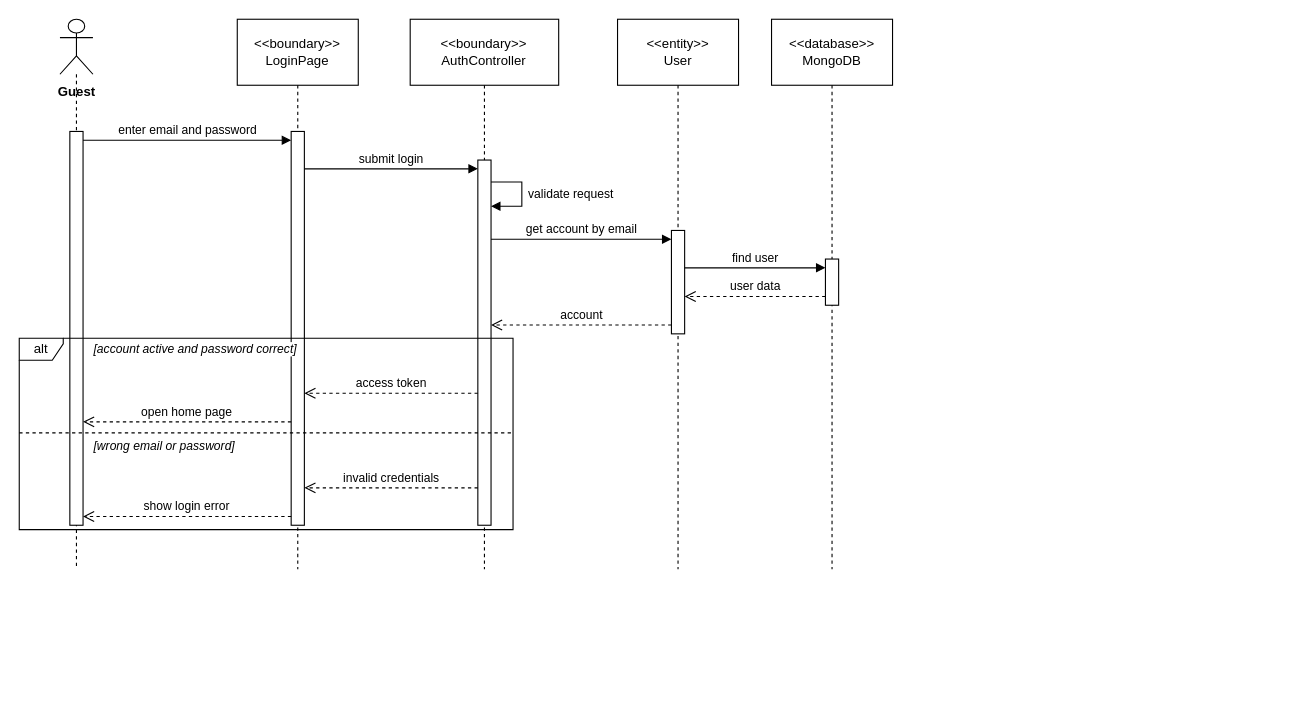
This is final/diagrams/M2_Auth-And-Administration_Diagrams/sequence_diagrams/SD-05_UC-G17_Login.drawio from toikobi401/SWD392, a draw.io file, before an edit. Source tidied: cells renumbered, new cells numbered last; positions are measured from the earlier drawing's top-left corner, leaving out a move shared by most shapes. Both pictures are drawn from the tidied source at 110%, with x=0, y=0 at pixel (19, 19).
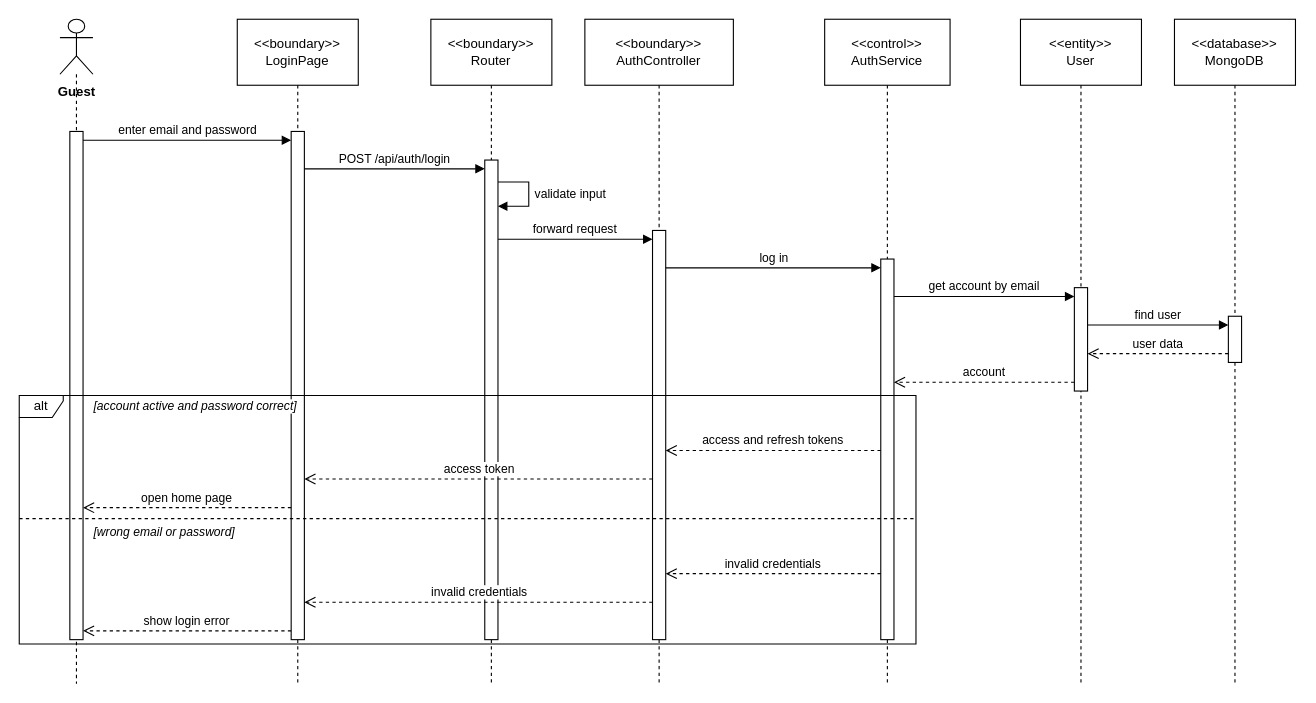
After the change.

Change to the diagram source:
```diff
@@
     <mxCell id="2" value="Guest" style="shape=umlLifeline;participant=umlActor;perimeter=lifelinePerimeter;whiteSpace=nowrap;html=1;verticalAlign=top;spacingTop=52;size=50;fontStyle=1;" parent="1" vertex="1">
-      <mxGeometry x="37" width="30" height="500" as="geometry" />
+      <mxGeometry x="37" width="30" height="604" as="geometry" />
     </mxCell>
     <mxCell id="3" value="&amp;lt;&amp;lt;boundary&amp;gt;&amp;gt;&lt;br&gt;LoginPage" style="shape=umlLifeline;perimeter=lifelinePerimeter;whiteSpace=wrap;html=1;size=60;" parent="1" vertex="1">
-      <mxGeometry x="198.2" width="110" height="500" as="geometry" />
+      <mxGeometry x="198.2" width="110" height="604" as="geometry" />
     </mxCell>
+    <mxCell id="27" value="&amp;lt;&amp;lt;boundary&amp;gt;&amp;gt;&lt;br&gt;Router" style="shape=umlLifeline;perimeter=lifelinePerimeter;whiteSpace=wrap;html=1;size=60;" parent="1" vertex="1">
+      <mxGeometry x="374.2" width="110" height="604" as="geometry" />
+    </mxCell>
     <mxCell id="4" value="&amp;lt;&amp;lt;boundary&amp;gt;&amp;gt;&lt;br&gt;AuthController" style="shape=umlLifeline;perimeter=lifelinePerimeter;whiteSpace=wrap;html=1;size=60;" parent="1" vertex="1">
-      <mxGeometry x="355.4" width="135" height="500" as="geometry" />
+      <mxGeometry x="514.2" width="135" height="604" as="geometry" />
     </mxCell>
+    <mxCell id="28" value="&amp;lt;&amp;lt;control&amp;gt;&amp;gt;&lt;br&gt;AuthService" style="shape=umlLifeline;perimeter=lifelinePerimeter;whiteSpace=wrap;html=1;size=60;" parent="1" vertex="1">
+      <mxGeometry x="732.2" width="114" height="604" as="geometry" />
+    </mxCell>
     <mxCell id="5" value="&amp;lt;&amp;lt;entity&amp;gt;&amp;gt;&lt;br&gt;User" style="shape=umlLifeline;perimeter=lifelinePerimeter;whiteSpace=wrap;html=1;size=60;" parent="1" vertex="1">
-      <mxGeometry x="543.9" width="110" height="500" as="geometry" />
+      <mxGeometry x="910.2" width="110" height="604" as="geometry" />
     </mxCell>
     <mxCell id="6" value="&amp;lt;&amp;lt;database&amp;gt;&amp;gt;&lt;br&gt;MongoDB" style="shape=umlLifeline;perimeter=lifelinePerimeter;whiteSpace=wrap;html=1;size=60;" parent="1" vertex="1">
-      <mxGeometry x="683.9" width="110" height="500" as="geometry" />
+      <mxGeometry x="1050.2" width="110" height="604" as="geometry" />
     </mxCell>
     <mxCell id="7" style="html=1;points=[];perimeter=orthogonalPerimeter;outlineConnect=0;targetShapes=umlLifeline;portConstraint=eastwest;" parent="6" vertex="1">
-      <mxGeometry x="49" y="218" width="12" height="42" as="geometry" />
+      <mxGeometry x="49" y="270" width="12" height="42" as="geometry" />
     </mxCell>
     <mxCell id="8" style="html=1;points=[];perimeter=orthogonalPerimeter;outlineConnect=0;targetShapes=umlLifeline;portConstraint=eastwest;" parent="5" vertex="1">
-      <mxGeometry x="49" y="192" width="12" height="94" as="geometry" />
+      <mxGeometry x="49" y="244" width="12" height="94" as="geometry" />
     </mxCell>
-    <mxCell id="9" style="html=1;points=[];perimeter=orthogonalPerimeter;outlineConnect=0;targetShapes=umlLifeline;portConstraint=eastwest;" parent="4" vertex="1">
-      <mxGeometry x="61.5" y="128" width="12" height="332" as="geometry" />
-    </mxCell>
-    <mxCell id="10" style="html=1;points=[];perimeter=orthogonalPerimeter;outlineConnect=0;targetShapes=umlLifeline;portConstraint=eastwest;" parent="3" vertex="1">
-      <mxGeometry x="49" y="102" width="12" height="358" as="geometry" />
-    </mxCell>
-    <mxCell id="11" style="html=1;points=[];perimeter=orthogonalPerimeter;outlineConnect=0;targetShapes=umlLifeline;portConstraint=eastwest;" parent="2" vertex="1">
-      <mxGeometry x="9" y="102" width="12" height="358" as="geometry" />
-    </mxCell>
+    <mxCell id="29" style="html=1;points=[];perimeter=orthogonalPerimeter;outlineConnect=0;targetShapes=umlLifeline;portConstraint=eastwest;" parent="28" vertex="1">
+      <mxGeometry x="51" y="218" width="12" height="346" as="geometry" />
+    </mxCell>
+    <mxCell id="30" style="html=1;points=[];perimeter=orthogonalPerimeter;outlineConnect=0;targetShapes=umlLifeline;portConstraint=eastwest;" parent="4" vertex="1">
+      <mxGeometry x="61.5" y="192" width="12" height="372" as="geometry" />
+    </mxCell>
+    <mxCell id="31" style="html=1;points=[];perimeter=orthogonalPerimeter;outlineConnect=0;targetShapes=umlLifeline;portConstraint=eastwest;" parent="27" vertex="1">
+      <mxGeometry x="49" y="128" width="12" height="436" as="geometry" />
+    </mxCell>
+    <mxCell id="32" style="html=1;points=[];perimeter=orthogonalPerimeter;outlineConnect=0;targetShapes=umlLifeline;portConstraint=eastwest;" parent="3" vertex="1">
+      <mxGeometry x="49" y="102" width="12" height="462" as="geometry" />
+    </mxCell>
+    <mxCell id="33" style="html=1;points=[];perimeter=orthogonalPerimeter;outlineConnect=0;targetShapes=umlLifeline;portConstraint=eastwest;" parent="2" vertex="1">
+      <mxGeometry x="9" y="102" width="12" height="462" as="geometry" />
+    </mxCell>
     <mxCell id="12" value="alt" style="shape=umlFrame;whiteSpace=wrap;html=1;width=40;height=20;" parent="1" vertex="1">
-      <mxGeometry y="290" width="448.9" height="174" as="geometry" />
+      <mxGeometry y="342" width="815.2" height="226" as="geometry" />
     </mxCell>
     <mxCell id="13" style="endArrow=none;dashed=1;html=1;rounded=0;" parent="1" edge="1">
       <mxGeometry relative="1" as="geometry">
-        <mxPoint y="376" as="sourcePoint" />
-        <mxPoint x="448.9" y="376" as="targetPoint" />
+        <mxPoint y="454" as="sourcePoint" />
+        <mxPoint x="815.2" y="454" as="targetPoint" />
       </mxGeometry>
     </mxCell>
     <mxCell id="14" value="[account active and password correct]" style="text;html=1;align=left;verticalAlign=middle;whiteSpace=nowrap;fontSize=11;fontStyle=2;labelBackgroundColor=#ffffff;" parent="1" vertex="1">
-      <mxGeometry x="66" y="290" width="232.5" height="20" as="geometry" />
+      <mxGeometry x="66" y="342" width="232.5" height="20" as="geometry" />
     </mxCell>
     <mxCell id="15" value="[wrong email or password]" style="text;html=1;align=left;verticalAlign=middle;whiteSpace=nowrap;fontSize=11;fontStyle=2;labelBackgroundColor=#ffffff;" parent="1" vertex="1">
-      <mxGeometry x="66" y="378" width="156.9" height="20" as="geometry" />
+      <mxGeometry x="66" y="456" width="156.9" height="20" as="geometry" />
     </mxCell>
-    <mxCell id="16" value="enter email and password" style="html=1;verticalAlign=bottom;rounded=0;fontSize=11;endArrow=block;endFill=1;exitX=1;exitY=0.0223;exitDx=0;exitDy=0;exitPerimeter=0;entryX=0;entryY=0.0223;entryDx=0;entryDy=0;entryPerimeter=0;" parent="1" edge="1" source="11" target="10">
+    <mxCell id="16" value="enter email and password" style="html=1;verticalAlign=bottom;rounded=0;fontSize=11;endArrow=block;endFill=1;exitX=1;exitY=0.0173;exitDx=0;exitDy=0;exitPerimeter=0;entryX=0;entryY=0.0173;entryDx=0;entryDy=0;entryPerimeter=0;" parent="1" edge="1" source="33" target="32">
       <mxGeometry relative="1" as="geometry" />
     </mxCell>
-    <mxCell id="17" value="submit login" style="html=1;verticalAlign=bottom;rounded=0;fontSize=11;endArrow=block;endFill=1;exitX=1;exitY=0.095;exitDx=0;exitDy=0;exitPerimeter=0;entryX=0;entryY=0.0241;entryDx=0;entryDy=0;entryPerimeter=0;" parent="1" edge="1" source="10" target="9">
+    <mxCell id="17" value="POST /api/auth/login" style="html=1;verticalAlign=bottom;rounded=0;fontSize=11;endArrow=block;endFill=1;exitX=1;exitY=0.0736;exitDx=0;exitDy=0;exitPerimeter=0;entryX=0;entryY=0.0183;entryDx=0;entryDy=0;entryPerimeter=0;" parent="1" edge="1" source="32" target="31">
       <mxGeometry relative="1" as="geometry" />
     </mxCell>
-    <mxCell id="18" value="validate request" style="html=1;align=left;spacingLeft=4;verticalAlign=middle;endArrow=block;endFill=1;rounded=0;fontSize=11;exitX=1;exitY=0.0602;exitDx=0;exitDy=0;exitPerimeter=0;entryX=1;entryY=0.1265;entryDx=0;entryDy=0;entryPerimeter=0;" parent="1" edge="1" source="9" target="9">
+    <mxCell id="18" value="validate input" style="html=1;align=left;spacingLeft=4;verticalAlign=middle;endArrow=block;endFill=1;rounded=0;fontSize=11;exitX=1;exitY=0.0459;exitDx=0;exitDy=0;exitPerimeter=0;entryX=1;entryY=0.0963;entryDx=0;entryDy=0;entryPerimeter=0;" parent="1" edge="1" source="31" target="31">
       <mxGeometry relative="1" as="geometry">
         <Array as="points">
-          <mxPoint x="456.9" y="148" />
-          <mxPoint x="456.9" y="170" />
+          <mxPoint x="463.2" y="148" />
+          <mxPoint x="463.2" y="170" />
         </Array>
       </mxGeometry>
     </mxCell>
-    <mxCell id="19" value="get account by email" style="html=1;verticalAlign=bottom;rounded=0;fontSize=11;endArrow=block;endFill=1;exitX=1;exitY=0.2169;exitDx=0;exitDy=0;exitPerimeter=0;entryX=0;entryY=0.0851;entryDx=0;entryDy=0;entryPerimeter=0;" parent="1" edge="1" source="9" target="8">
+    <mxCell id="19" value="forward request" style="html=1;verticalAlign=bottom;rounded=0;fontSize=11;endArrow=block;endFill=1;exitX=1;exitY=0.1651;exitDx=0;exitDy=0;exitPerimeter=0;entryX=0;entryY=0.0215;entryDx=0;entryDy=0;entryPerimeter=0;" parent="1" edge="1" source="31" target="30">
       <mxGeometry relative="1" as="geometry" />
     </mxCell>
-    <mxCell id="20" value="find user" style="html=1;verticalAlign=bottom;rounded=0;fontSize=11;endArrow=block;endFill=1;exitX=1;exitY=0.3617;exitDx=0;exitDy=0;exitPerimeter=0;entryX=0;entryY=0.1905;entryDx=0;entryDy=0;entryPerimeter=0;" parent="1" edge="1" source="8" target="7">
+    <mxCell id="20" value="log in" style="html=1;verticalAlign=bottom;rounded=0;fontSize=11;endArrow=block;endFill=1;exitX=1;exitY=0.0914;exitDx=0;exitDy=0;exitPerimeter=0;entryX=0;entryY=0.0231;entryDx=0;entryDy=0;entryPerimeter=0;" parent="1" edge="1" source="30" target="29">
       <mxGeometry relative="1" as="geometry" />
     </mxCell>
-    <mxCell id="21" value="user data" style="html=1;verticalAlign=bottom;rounded=0;fontSize=11;dashed=1;endArrow=open;endSize=8;exitX=0;exitY=0.8095;exitDx=0;exitDy=0;exitPerimeter=0;entryX=1;entryY=0.6383;entryDx=0;entryDy=0;entryPerimeter=0;" parent="1" edge="1" source="7" target="8">
+    <mxCell id="21" value="get account by email" style="html=1;verticalAlign=bottom;rounded=0;fontSize=11;endArrow=block;endFill=1;exitX=1;exitY=0.0983;exitDx=0;exitDy=0;exitPerimeter=0;entryX=0;entryY=0.0851;entryDx=0;entryDy=0;entryPerimeter=0;" parent="1" edge="1" source="29" target="8">
       <mxGeometry relative="1" as="geometry" />
     </mxCell>
-    <mxCell id="22" value="account" style="html=1;verticalAlign=bottom;rounded=0;fontSize=11;dashed=1;endArrow=open;endSize=8;exitX=0;exitY=0.9149;exitDx=0;exitDy=0;exitPerimeter=0;entryX=1;entryY=0.4518;entryDx=0;entryDy=0;entryPerimeter=0;" parent="1" edge="1" source="8" target="9">
+    <mxCell id="22" value="find user" style="html=1;verticalAlign=bottom;rounded=0;fontSize=11;endArrow=block;endFill=1;exitX=1;exitY=0.3617;exitDx=0;exitDy=0;exitPerimeter=0;entryX=0;entryY=0.1905;entryDx=0;entryDy=0;entryPerimeter=0;" parent="1" edge="1" source="8" target="7">
       <mxGeometry relative="1" as="geometry" />
     </mxCell>
-    <mxCell id="23" value="access token" style="html=1;verticalAlign=bottom;rounded=0;fontSize=11;dashed=1;endArrow=open;endSize=8;exitX=0;exitY=0.6386;exitDx=0;exitDy=0;exitPerimeter=0;entryX=1;entryY=0.6648;entryDx=0;entryDy=0;entryPerimeter=0;" parent="1" edge="1" source="9" target="10">
+    <mxCell id="23" value="user data" style="html=1;verticalAlign=bottom;rounded=0;fontSize=11;dashed=1;endArrow=open;endSize=8;exitX=0;exitY=0.8095;exitDx=0;exitDy=0;exitPerimeter=0;entryX=1;entryY=0.6383;entryDx=0;entryDy=0;entryPerimeter=0;" parent="1" edge="1" source="7" target="8">
       <mxGeometry relative="1" as="geometry" />
     </mxCell>
-    <mxCell id="24" value="open home page" style="html=1;verticalAlign=bottom;rounded=0;fontSize=11;dashed=1;endArrow=open;endSize=8;exitX=0;exitY=0.7374;exitDx=0;exitDy=0;exitPerimeter=0;entryX=1;entryY=0.7374;entryDx=0;entryDy=0;entryPerimeter=0;" parent="1" edge="1" source="10" target="11">
+    <mxCell id="24" value="account" style="html=1;verticalAlign=bottom;rounded=0;fontSize=11;dashed=1;endArrow=open;endSize=8;exitX=0;exitY=0.9149;exitDx=0;exitDy=0;exitPerimeter=0;entryX=1;entryY=0.3237;entryDx=0;entryDy=0;entryPerimeter=0;" parent="1" edge="1" source="8" target="29">
       <mxGeometry relative="1" as="geometry" />
     </mxCell>
-    <mxCell id="25" value="invalid credentials" style="html=1;verticalAlign=bottom;rounded=0;fontSize=11;dashed=1;endArrow=open;endSize=8;exitX=0;exitY=0.8976;exitDx=0;exitDy=0;exitPerimeter=0;entryX=1;entryY=0.905;entryDx=0;entryDy=0;entryPerimeter=0;" parent="1" edge="1" source="9" target="10">
+    <mxCell id="25" value="access and refresh tokens" style="html=1;verticalAlign=bottom;rounded=0;fontSize=11;dashed=1;endArrow=open;endSize=8;exitX=0;exitY=0.5029;exitDx=0;exitDy=0;exitPerimeter=0;entryX=1;entryY=0.5376;entryDx=0;entryDy=0;entryPerimeter=0;" parent="1" edge="1" source="29" target="30">
       <mxGeometry relative="1" as="geometry" />
     </mxCell>
-    <mxCell id="26" value="show login error" style="html=1;verticalAlign=bottom;rounded=0;fontSize=11;dashed=1;endArrow=open;endSize=8;exitX=0;exitY=0.9777;exitDx=0;exitDy=0;exitPerimeter=0;entryX=1;entryY=0.9777;entryDx=0;entryDy=0;entryPerimeter=0;" parent="1" edge="1" source="10" target="11">
+    <mxCell id="26" value="access token" style="html=1;verticalAlign=bottom;rounded=0;fontSize=11;dashed=1;endArrow=open;endSize=8;exitX=0;exitY=0.6075;exitDx=0;exitDy=0;exitPerimeter=0;entryX=1;entryY=0.684;entryDx=0;entryDy=0;entryPerimeter=0;" parent="1" edge="1" source="30" target="32">
       <mxGeometry relative="1" as="geometry" />
     </mxCell>
+    <mxCell id="34" value="open home page" style="html=1;verticalAlign=bottom;rounded=0;fontSize=11;dashed=1;endArrow=open;endSize=8;exitX=0;exitY=0.7403;exitDx=0;exitDy=0;exitPerimeter=0;entryX=1;entryY=0.7403;entryDx=0;entryDy=0;entryPerimeter=0;" parent="1" edge="1" source="32" target="33">
+      <mxGeometry relative="1" as="geometry" />
+    </mxCell>
+    <mxCell id="35" value="invalid credentials" style="html=1;verticalAlign=bottom;rounded=0;fontSize=11;dashed=1;endArrow=open;endSize=8;exitX=0;exitY=0.8266;exitDx=0;exitDy=0;exitPerimeter=0;entryX=1;entryY=0.8387;entryDx=0;entryDy=0;entryPerimeter=0;" parent="1" edge="1" source="29" target="30">
+      <mxGeometry relative="1" as="geometry" />
+    </mxCell>
+    <mxCell id="36" value="invalid credentials" style="html=1;verticalAlign=bottom;rounded=0;fontSize=11;dashed=1;endArrow=open;endSize=8;exitX=0;exitY=0.9086;exitDx=0;exitDy=0;exitPerimeter=0;entryX=1;entryY=0.9264;entryDx=0;entryDy=0;entryPerimeter=0;" parent="1" edge="1" source="30" target="32">
+      <mxGeometry relative="1" as="geometry" />
+    </mxCell>
+    <mxCell id="37" value="show login error" style="html=1;verticalAlign=bottom;rounded=0;fontSize=11;dashed=1;endArrow=open;endSize=8;exitX=0;exitY=0.9827;exitDx=0;exitDy=0;exitPerimeter=0;entryX=1;entryY=0.9827;entryDx=0;entryDy=0;entryPerimeter=0;" parent="1" edge="1" source="32" target="33">
+      <mxGeometry relative="1" as="geometry" />
+    </mxCell>
```
